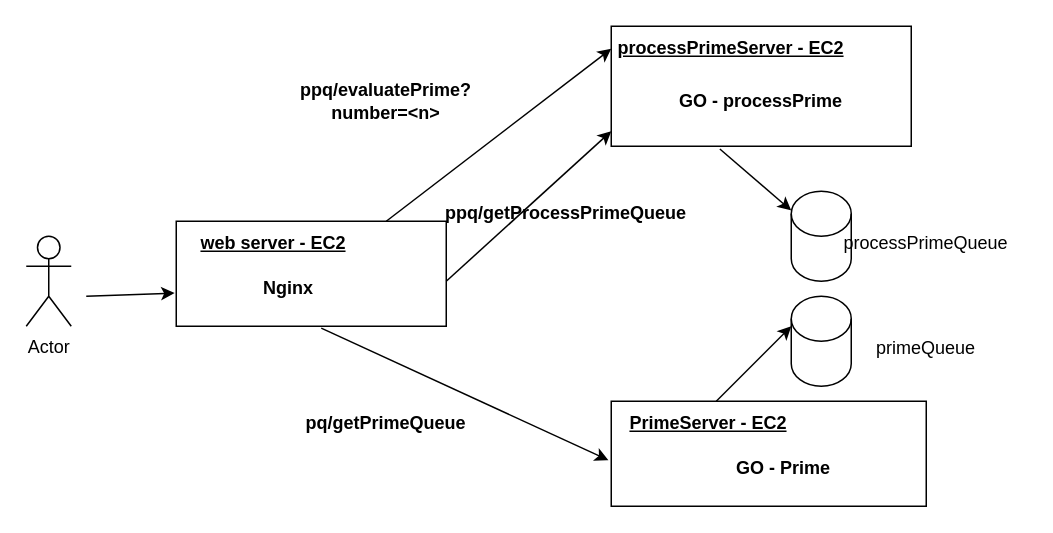
Before: FindingPrimo.drawio in snagurum/findingPrimo_goSqs, a draw.io diagram. Source tidied: cells renumbered, new cells numbered last; positions are measured from the earlier drawing's top-left corner, leaving out a move shared by most shapes. Both pictures are drawn from the tidied source at 150%, with x=0, y=0 at pixel (26, 26).
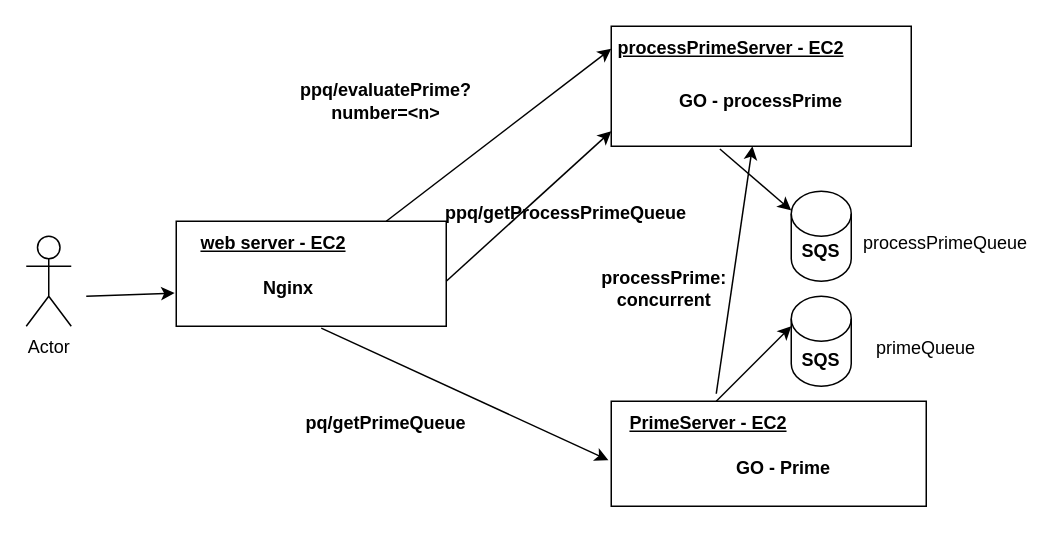
After the change.

Unchanged cells that the change refers to:
```xml
<mxCell id="2" style="rounded=0;whiteSpace=wrap;html=1;" parent="1" vertex="1">
  <mxGeometry x="390" width="200" height="80" as="geometry" />
</mxCell>
```

Diff of the diagram source:
```diff
@@
     <mxCell id="21" value="processPrimeQueue" style="text;html=1;strokeColor=none;fillColor=none;align=center;verticalAlign=middle;whiteSpace=wrap;rounded=0;" parent="1" vertex="1">
-      <mxGeometry x="570" y="130" width="60" height="30" as="geometry" />
+      <mxGeometry x="583" y="130" width="60" height="30" as="geometry" />
     </mxCell>
@@
+    <mxCell id="25" value="&lt;b&gt;SQS&lt;/b&gt;" style="text;html=1;strokeColor=none;fillColor=none;align=center;verticalAlign=middle;whiteSpace=wrap;rounded=0;" parent="1" vertex="1">
+      <mxGeometry x="500" y="135" width="60" height="30" as="geometry" />
+    </mxCell>
+    <mxCell id="26" value="&lt;b&gt;SQS&lt;/b&gt;" style="text;html=1;strokeColor=none;fillColor=none;align=center;verticalAlign=middle;whiteSpace=wrap;rounded=0;" parent="1" vertex="1">
+      <mxGeometry x="500" y="208" width="60" height="30" as="geometry" />
+    </mxCell>
+    <mxCell id="27" style="endArrow=classic;html=1;rounded=0;" parent="1" edge="1" target="2">
+      <mxGeometry relative="1" as="geometry">
+        <mxPoint x="460" y="245" as="sourcePoint" />
+      </mxGeometry>
+    </mxCell>
+    <mxCell id="28" value="processPrime: concurrent" style="text;html=1;strokeColor=none;fillColor=none;align=center;verticalAlign=middle;whiteSpace=wrap;rounded=0;fontStyle=1;" parent="1" vertex="1">
+      <mxGeometry x="365" y="160" width="121" height="30" as="geometry" />
+    </mxCell>
```
